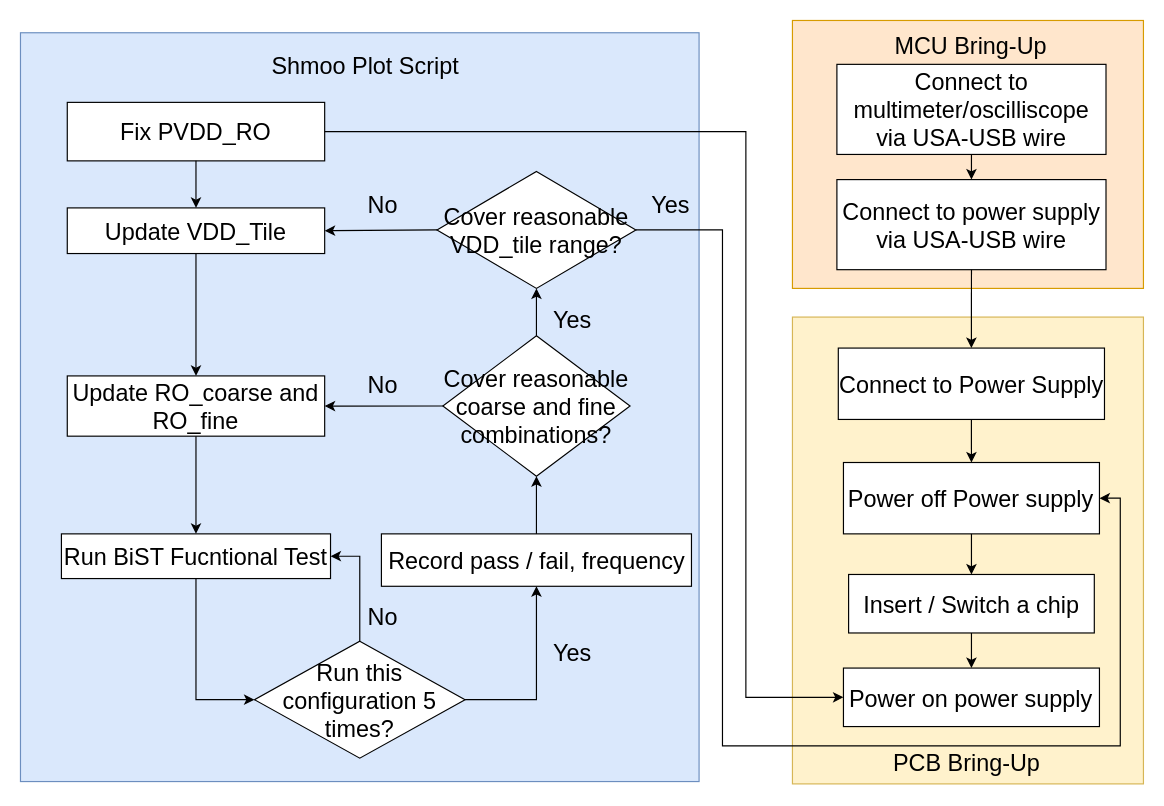
Earlier version of the draw.io diagram page "voltage_frequency_framework" (3 of 3) of lecture/images/presentation_diagrams.drawio (1102131860/Validation_Chip_Characteristics). Source tidied: cells renumbered, new cells numbered last; positions are measured from the earlier drawing's top-left corner, leaving out a move shared by most shapes. Both pictures are drawn from the tidied source at 117%, with x=0, y=0 at pixel (20, 20).
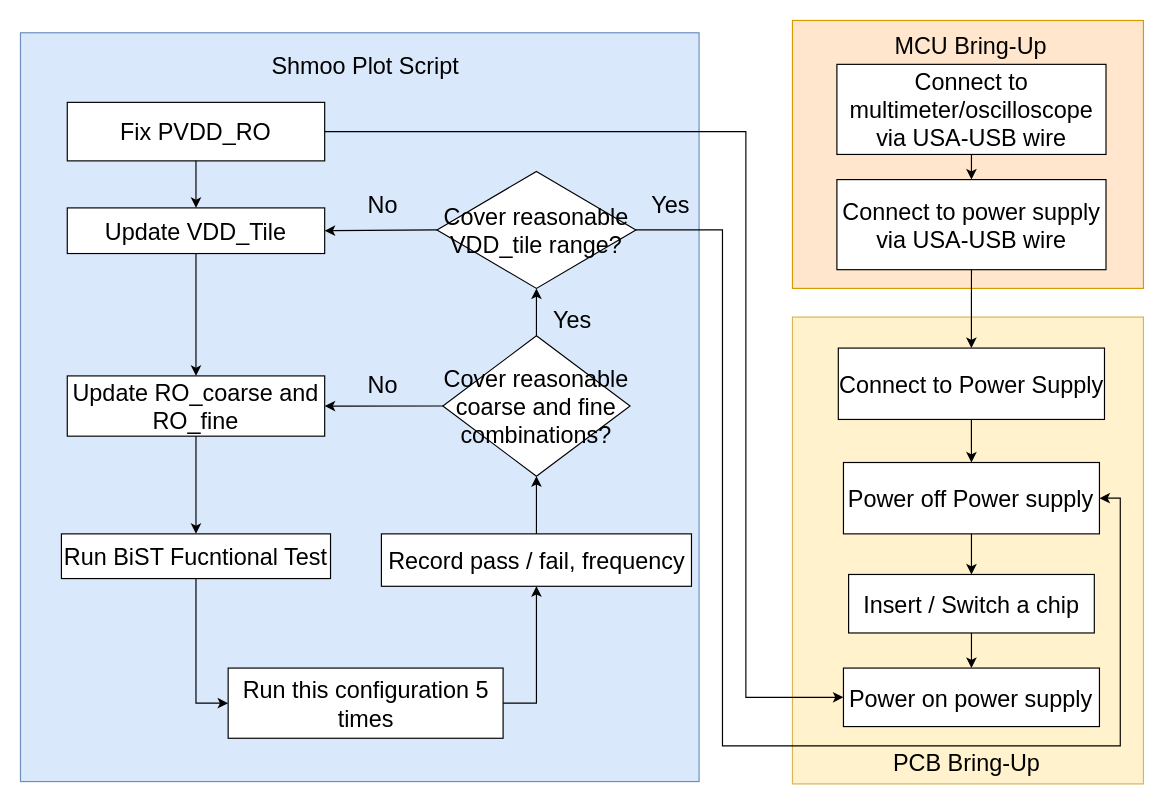
Above is the later version.

The change refers to these unchanged cells:
```xml
<mxCell id="4" value="&lt;font style=&quot;font-size: 20px;&quot;&gt;Run BiST Fucntional Test&lt;/font&gt;" style="rounded=0;whiteSpace=wrap;html=1;" parent="1" vertex="1">
  <mxGeometry x="35" y="438.8" width="230" height="38.2" as="geometry" />
</mxCell>
<mxCell id="10" value="&lt;font style=&quot;font-size: 20px;&quot;&gt;Record pass / fail, frequency&lt;/font&gt;" style="rounded=0;whiteSpace=wrap;html=1;" parent="1" vertex="1">
  <mxGeometry x="308.5" y="438.8" width="265" height="44.8" as="geometry" />
</mxCell>
```

What changed in the source:
```diff
@@
-    <mxCell id="9" value="&lt;font style=&quot;font-size: 20px;&quot;&gt;Run this configuration 5 times?&lt;/font&gt;" style="rhombus;whiteSpace=wrap;html=1;" parent="1" vertex="1">
-      <mxGeometry x="200" y="530.5" width="180" height="100" as="geometry" />
-    </mxCell>
@@
-    <mxCell id="20" style="endArrow=classic;html=1;rounded=0;exitX=0.5;exitY=1;exitDx=0;exitDy=0;entryX=0;entryY=0.5;entryDx=0;entryDy=0;edgeStyle=orthogonalEdgeStyle;" parent="1" edge="1" source="4" target="9">
-      <mxGeometry relative="1" as="geometry" />
-    </mxCell>
-    <mxCell id="21" style="endArrow=classic;html=1;rounded=0;exitX=1;exitY=0.5;exitDx=0;exitDy=0;entryX=0.5;entryY=1;entryDx=0;entryDy=0;edgeStyle=orthogonalEdgeStyle;" parent="1" edge="1" source="9" target="10">
-      <mxGeometry relative="1" as="geometry" />
-    </mxCell>
-    <mxCell id="22" style="endArrow=classic;html=1;rounded=0;exitX=0.5;exitY=0;exitDx=0;exitDy=0;entryX=1;entryY=0.5;entryDx=0;entryDy=0;edgeStyle=orthogonalEdgeStyle;" parent="1" edge="1" source="9" target="4">
-      <mxGeometry relative="1" as="geometry" />
-    </mxCell>
@@
-    <mxCell id="32" value="&lt;font style=&quot;font-size: 20px;&quot;&gt;No&lt;/font&gt;" style="text;html=1;whiteSpace=wrap;strokeColor=none;fillColor=none;align=center;verticalAlign=middle;rounded=0;" parent="1" vertex="1">
-      <mxGeometry x="280" y="493.5" width="60" height="30" as="geometry" />
-    </mxCell>
-    <mxCell id="33" value="&lt;font style=&quot;font-size: 20px;&quot;&gt;Yes&lt;/font&gt;" style="text;html=1;whiteSpace=wrap;strokeColor=none;fillColor=none;align=center;verticalAlign=middle;rounded=0;" parent="1" vertex="1">
-      <mxGeometry x="444" y="526.5" width="56" height="27" as="geometry" />
-    </mxCell>
@@
-    <mxCell id="39" value="&lt;font style=&quot;font-size: 20px;&quot;&gt;Connect to multimeter/oscilliscope via&amp;nbsp;&lt;/font&gt;&lt;span style=&quot;font-size: 20px;&quot;&gt;USA-USB wire&lt;/span&gt;" style="rounded=0;whiteSpace=wrap;html=1;" parent="1" vertex="1">
+    <mxCell id="39" value="&lt;font style=&quot;font-size: 20px;&quot;&gt;Connect to multimeter/oscilloscope via&amp;nbsp;&lt;/font&gt;&lt;span style=&quot;font-size: 20px;&quot;&gt;USA-USB wire&lt;/span&gt;" style="rounded=0;whiteSpace=wrap;html=1;" parent="1" vertex="1">
       <mxGeometry x="697.8" y="37.5" width="230" height="77" as="geometry" />
     </mxCell>
@@
+    <mxCell id="45" value="&lt;span style=&quot;font-size: 20px;&quot;&gt;Run this configuration 5 times&lt;/span&gt;" style="rounded=0;whiteSpace=wrap;html=1;" parent="1" vertex="1">
+      <mxGeometry x="177.5" y="553.5" width="235" height="60" as="geometry" />
+    </mxCell>
+    <mxCell id="46" style="endArrow=classic;html=1;rounded=0;exitX=0.5;exitY=1;exitDx=0;exitDy=0;entryX=0;entryY=0.5;entryDx=0;entryDy=0;edgeStyle=orthogonalEdgeStyle;" parent="1" edge="1" source="4" target="45">
+      <mxGeometry relative="1" as="geometry" />
+    </mxCell>
+    <mxCell id="47" style="endArrow=classic;html=1;rounded=0;exitX=1;exitY=0.5;exitDx=0;exitDy=0;entryX=0.5;entryY=1;entryDx=0;entryDy=0;edgeStyle=orthogonalEdgeStyle;" parent="1" edge="1" source="45" target="10">
+      <mxGeometry relative="1" as="geometry" />
+    </mxCell>
```
